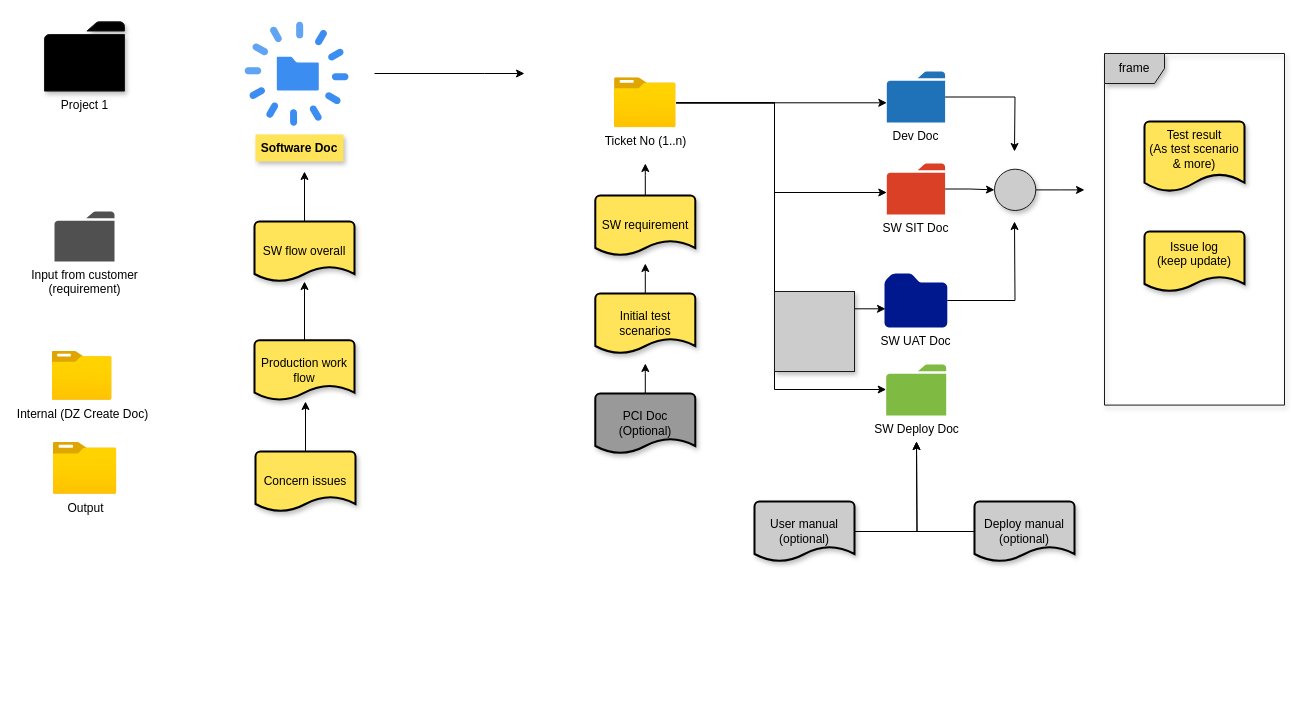
delphihero/MyDocument keeps this draw.io diagram as TD/Untitled Diagram.drawio. Above is the earlier version. Source tidied: cells renumbered, new cells numbered last; positions are measured from the earlier drawing's top-left corner, leaving out a move shared by most shapes. Both pictures are drawn from the tidied source at 100%, with x=0, y=0 at pixel (44, 21).
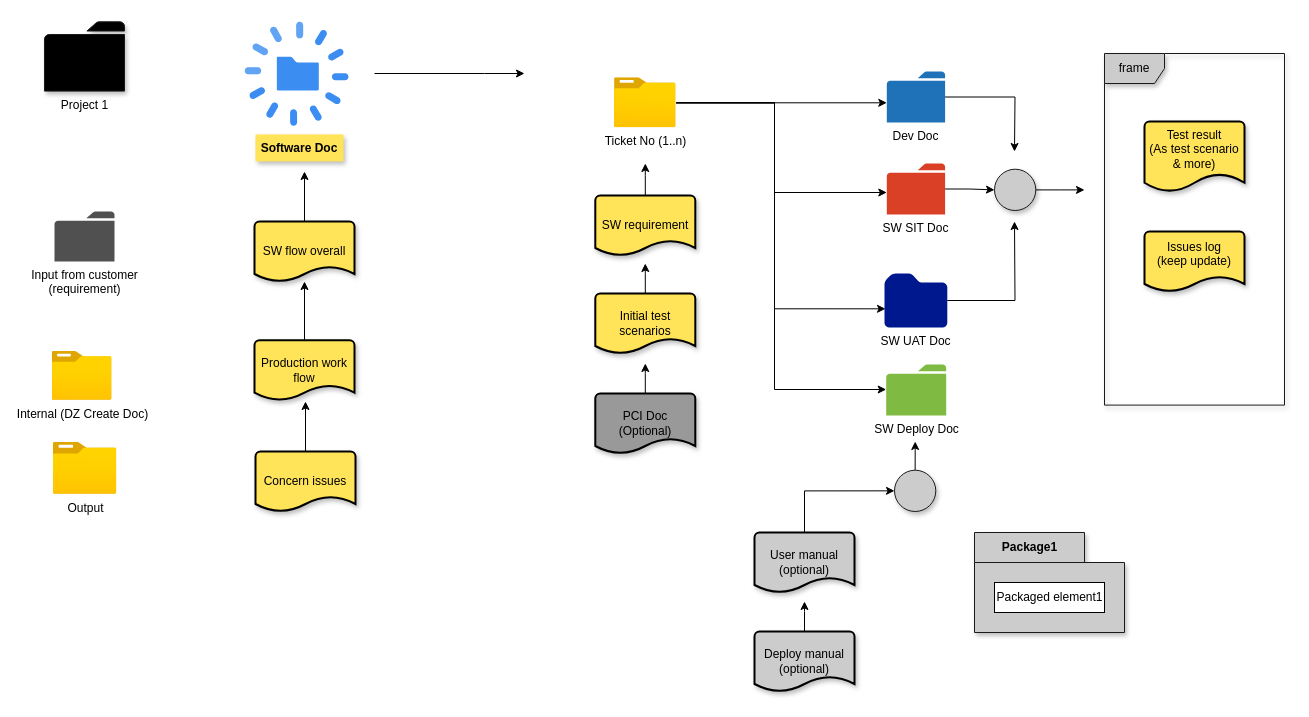
After the change.

Change to the diagram source:
```diff
@@
-    <mxCell id="34" value="&lt;div&gt;Issue log&lt;/div&gt;&lt;div&gt;(keep update)&lt;/div&gt;&lt;div&gt;&lt;br&gt;&lt;/div&gt;" style="strokeWidth=2;html=1;shape=mxgraph.flowchart.document2;whiteSpace=wrap;size=0.25;shadow=1;fillColor=#FFE359;" parent="1" vertex="1">
+    <mxCell id="34" value="&lt;div&gt;Issues log&lt;/div&gt;&lt;div&gt;(keep update)&lt;/div&gt;&lt;div&gt;&lt;br&gt;&lt;/div&gt;" style="strokeWidth=2;html=1;shape=mxgraph.flowchart.document2;whiteSpace=wrap;size=0.25;shadow=1;fillColor=#FFE359;" parent="1" vertex="1">
       <mxGeometry x="1100" y="210" width="100" height="60" as="geometry" />
     </mxCell>
@@
-    <mxCell id="36" style="edgeStyle=orthogonalEdgeStyle;rounded=0;jettySize=auto;html=1;" parent="1" edge="1" source="37">
-      <mxGeometry relative="1" as="geometry">
-        <mxPoint x="872" y="420" as="targetPoint" />
-      </mxGeometry>
-    </mxCell>
+    <mxCell id="46" style="edgeStyle=orthogonalEdgeStyle;rounded=0;jettySize=auto;html=1;entryX=0;entryY=0.5;entryDx=0;entryDy=0;" parent="1" edge="1" source="37" target="49">
+      <mxGeometry relative="1" as="geometry">
+        <Array as="points">
+          <mxPoint x="760" y="469" />
+        </Array>
+      </mxGeometry>
+    </mxCell>
     <mxCell id="37" value="&lt;div&gt;User manual&lt;/div&gt;&lt;div&gt;(optional)&lt;br&gt;&lt;/div&gt;" style="strokeWidth=2;html=1;shape=mxgraph.flowchart.document2;whiteSpace=wrap;size=0.25;shadow=1;fillColor=#CCCCCC;" parent="1" vertex="1">
-      <mxGeometry x="710" y="480" width="100" height="60" as="geometry" />
+      <mxGeometry x="710" y="511" width="100" height="60" as="geometry" />
     </mxCell>
-    <mxCell id="38" style="edgeStyle=orthogonalEdgeStyle;rounded=0;jettySize=auto;html=1;" parent="1" edge="1" source="39">
-      <mxGeometry relative="1" as="geometry">
-        <mxPoint x="872" y="420" as="targetPoint" />
-      </mxGeometry>
-    </mxCell>
+    <mxCell id="47" style="edgeStyle=orthogonalEdgeStyle;rounded=0;jettySize=auto;html=1;" parent="1" edge="1" source="39">
+      <mxGeometry relative="1" as="geometry">
+        <mxPoint x="760" y="580" as="targetPoint" />
+      </mxGeometry>
+    </mxCell>
     <mxCell id="39" value="&lt;div&gt;Deploy manual&lt;/div&gt;&lt;div&gt;(optional)&lt;br&gt;&lt;/div&gt;" style="strokeWidth=2;html=1;shape=mxgraph.flowchart.document2;whiteSpace=wrap;size=0.25;shadow=1;fillColor=#CCCCCC;" parent="1" vertex="1">
-      <mxGeometry x="930" y="480" width="100" height="60" as="geometry" />
+      <mxGeometry x="710" y="610" width="100" height="60" as="geometry" />
     </mxCell>
@@
-    <mxCell id="45" style="whiteSpace=wrap;html=1;shadow=1;strokeColor=#1A1A1A;fillColor=#CCCCCC;" parent="1" vertex="1">
-      <mxGeometry x="730" y="270" width="80" height="80" as="geometry" />
-    </mxCell>
+    <mxCell id="48" style="edgeStyle=orthogonalEdgeStyle;rounded=0;jettySize=auto;html=1;" parent="1" edge="1" source="49">
+      <mxGeometry relative="1" as="geometry">
+        <mxPoint x="870.7" y="420" as="targetPoint" />
+      </mxGeometry>
+    </mxCell>
+    <mxCell id="49" style="ellipse;whiteSpace=wrap;html=1;shadow=1;strokeColor=#1A1A1A;fillColor=#CCCCCC;" parent="1" vertex="1">
+      <mxGeometry x="850" y="448.7" width="41.3" height="41.3" as="geometry" />
+    </mxCell>
+    <mxCell id="50" value="Package1" style="shape=folder;fontStyle=1;tabWidth=110;tabHeight=30;tabPosition=left;html=1;boundedLbl=1;labelInHeader=1;shadow=1;strokeColor=#1A1A1A;fillColor=#CCCCCC;" parent="1" vertex="1">
+      <mxGeometry x="930" y="511" width="150" height="100" as="geometry" />
+    </mxCell>
+    <mxCell id="51" value="Packaged element1" style="html=1;" parent="50" vertex="1">
+      <mxGeometry width="110" height="30" relative="1" as="geometry">
+        <mxPoint x="20" y="50" as="offset" />
+      </mxGeometry>
+    </mxCell>
```
